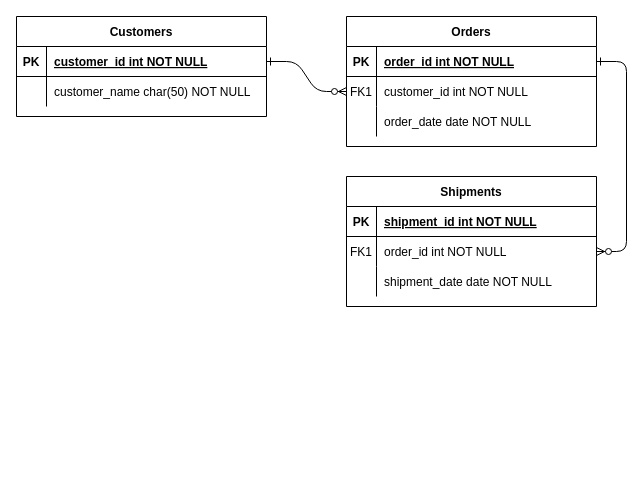
Above: 名称未設定ファイル.drawio in Takaaki-Shimizu/ideal (draw.io), before the change. Source tidied: cells renumbered, new cells numbered last; positions are measured from the earlier drawing's top-left corner, leaving out a move shared by most shapes. Both pictures are drawn from the tidied source at 100%, with x=0, y=0 at pixel (16, 16).
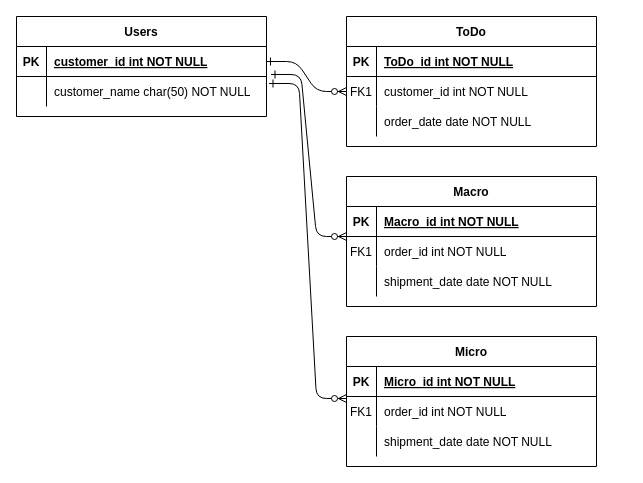
The same page after the edit.

Commit message:
名称未設定ファイル.drawio を更新します

The change refers to these unchanged cells:
```xml
<mxCell id="5" style="shape=partialRectangle;fillColor=none;points=[[0,0.5],[1,0.5]];portConstraint=eastwest;top=0;left=0;right=0;bottom=1;" parent="4" vertex="1">
  <mxGeometry y="30" width="250" height="30" as="geometry" />
</mxCell>
<mxCell id="15" style="shape=partialRectangle;fillColor=none;top=0;left=0;right=0;bottom=1;" parent="14" vertex="1">
  <mxGeometry y="30" width="250" height="30" as="geometry" />
</mxCell>
<mxCell id="18" style="shape=partialRectangle;fillColor=none;points=[[0,0.5],[1,0.5]];portConstraint=eastwest;top=0;left=0;right=0;bottom=0;" parent="14" vertex="1">
  <mxGeometry y="60" width="250" height="30" as="geometry" />
</mxCell>
<mxCell id="28" style="shape=partialRectangle;fillColor=none;points=[[0,0.5],[1,0.5]];portConstraint=eastwest;top=0;left=0;right=0;bottom=0;" parent="24" vertex="1">
  <mxGeometry y="60" width="250" height="30" as="geometry" />
</mxCell>
```

The edit, as a diff of the source:
```diff
@@
-    <mxCell id="3" style="edgeStyle=entityRelationEdgeStyle;endArrow=ERzeroToMany;startArrow=ERone;endFill=1;startFill=0;" parent="1" edge="1" source="5" target="18">
-      <mxGeometry relative="1" as="geometry" />
-    </mxCell>
-    <mxCell id="4" value="Orders" style="shape=table;startSize=30;childLayout=tableLayout;rowLines=0;fontStyle=1;align=center;" parent="1" vertex="1">
+    <mxCell id="4" value="ToDo" style="shape=table;startSize=30;childLayout=tableLayout;rowLines=0;fontStyle=1;align=center;" parent="1" vertex="1">
       <mxGeometry x="330" width="250" height="130" as="geometry" />
     </mxCell>
@@
-    <mxCell id="7" value="order_id int NOT NULL " style="shape=partialRectangle;overflow=hidden;fillColor=none;top=0;left=0;bottom=0;right=0;align=left;spacingLeft=6;fontStyle=5;" parent="5" vertex="1">
+    <mxCell id="7" value="ToDo_id int NOT NULL " style="shape=partialRectangle;overflow=hidden;fillColor=none;top=0;left=0;bottom=0;right=0;align=left;spacingLeft=6;fontStyle=5;" parent="5" vertex="1">
       <mxGeometry x="30" width="220" height="30" as="geometry" />
     </mxCell>
@@
-    <mxCell id="14" value="Shipments" style="shape=table;startSize=30;childLayout=tableLayout;rowLines=0;fontStyle=1;align=center;" parent="1" vertex="1">
+    <mxCell id="14" value="Macro" style="shape=table;startSize=30;childLayout=tableLayout;rowLines=0;fontStyle=1;align=center;" parent="1" vertex="1">
       <mxGeometry x="330" y="160" width="250" height="130" as="geometry" />
     </mxCell>
@@
-    <mxCell id="17" value="shipment_id int NOT NULL " style="shape=partialRectangle;overflow=hidden;fillColor=none;top=0;left=0;bottom=0;right=0;align=left;spacingLeft=6;fontStyle=5;" parent="15" vertex="1">
+    <mxCell id="17" value="Macro_id int NOT NULL " style="shape=partialRectangle;overflow=hidden;fillColor=none;top=0;left=0;bottom=0;right=0;align=left;spacingLeft=6;fontStyle=5;" parent="15" vertex="1">
       <mxGeometry x="30" width="220" height="30" as="geometry" />
     </mxCell>
@@
-    <mxCell id="24" value="Customers" style="shape=table;startSize=30;childLayout=tableLayout;rowLines=0;fontStyle=1;align=center;" parent="1" vertex="1">
+    <mxCell id="24" value="Users" style="shape=table;startSize=30;childLayout=tableLayout;rowLines=0;fontStyle=1;align=center;" parent="1" vertex="1">
       <mxGeometry width="250" height="100" as="geometry" />
     </mxCell>
@@
+    <mxCell id="31" value="Micro" style="shape=table;startSize=30;childLayout=tableLayout;rowLines=0;fontStyle=1;align=center;" parent="1" vertex="1">
+      <mxGeometry x="330" y="320" width="250" height="130" as="geometry" />
+    </mxCell>
+    <mxCell id="32" style="shape=partialRectangle;fillColor=none;top=0;left=0;right=0;bottom=1;" parent="31" vertex="1">
+      <mxGeometry y="30" width="250" height="30" as="geometry" />
+    </mxCell>
+    <mxCell id="33" value="PK" style="shape=partialRectangle;overflow=hidden;fillColor=none;top=0;left=0;bottom=0;right=0;fontStyle=1;" parent="32" vertex="1">
+      <mxGeometry width="30" height="30" as="geometry" />
+    </mxCell>
+    <mxCell id="34" value="Micro_id int NOT NULL " style="shape=partialRectangle;overflow=hidden;fillColor=none;top=0;left=0;bottom=0;right=0;align=left;spacingLeft=6;fontStyle=5;" parent="32" vertex="1">
+      <mxGeometry x="30" width="220" height="30" as="geometry" />
+    </mxCell>
+    <mxCell id="35" style="shape=partialRectangle;fillColor=none;top=0;left=0;right=0;bottom=0;" parent="31" vertex="1">
+      <mxGeometry y="60" width="250" height="30" as="geometry" />
+    </mxCell>
+    <mxCell id="36" value="FK1" style="shape=partialRectangle;overflow=hidden;fillColor=none;top=0;left=0;bottom=0;right=0;" parent="35" vertex="1">
+      <mxGeometry width="30" height="30" as="geometry" />
+    </mxCell>
+    <mxCell id="37" value="order_id int NOT NULL" style="shape=partialRectangle;overflow=hidden;fillColor=none;top=0;left=0;bottom=0;right=0;align=left;spacingLeft=6;" parent="35" vertex="1">
+      <mxGeometry x="30" width="220" height="30" as="geometry" />
+    </mxCell>
+    <mxCell id="38" style="shape=partialRectangle;fillColor=none;top=0;left=0;right=0;bottom=0;" parent="31" vertex="1">
+      <mxGeometry y="90" width="250" height="30" as="geometry" />
+    </mxCell>
+    <mxCell id="39" style="shape=partialRectangle;overflow=hidden;fillColor=none;top=0;left=0;bottom=0;right=0;" parent="38" vertex="1">
+      <mxGeometry width="30" height="30" as="geometry" />
+    </mxCell>
+    <mxCell id="40" value="shipment_date date NOT NULL" style="shape=partialRectangle;overflow=hidden;fillColor=none;top=0;left=0;bottom=0;right=0;align=left;spacingLeft=6;" parent="38" vertex="1">
+      <mxGeometry x="30" width="220" height="30" as="geometry" />
+    </mxCell>
+    <mxCell id="41" style="edgeStyle=entityRelationEdgeStyle;endArrow=ERzeroToMany;startArrow=ERone;endFill=1;startFill=0;exitX=1.018;exitY=-0.067;exitDx=0;exitDy=0;exitPerimeter=0;" parent="1" edge="1" source="28">
+      <mxGeometry relative="1" as="geometry">
+        <mxPoint x="330" y="220" as="targetPoint" />
+      </mxGeometry>
+    </mxCell>
+    <mxCell id="42" style="edgeStyle=entityRelationEdgeStyle;endArrow=ERzeroToMany;startArrow=ERone;endFill=1;startFill=0;exitX=1.01;exitY=0.233;exitDx=0;exitDy=0;exitPerimeter=0;" parent="1" edge="1" source="28">
+      <mxGeometry relative="1" as="geometry">
+        <mxPoint x="330" y="382" as="targetPoint" />
+      </mxGeometry>
+    </mxCell>
```
